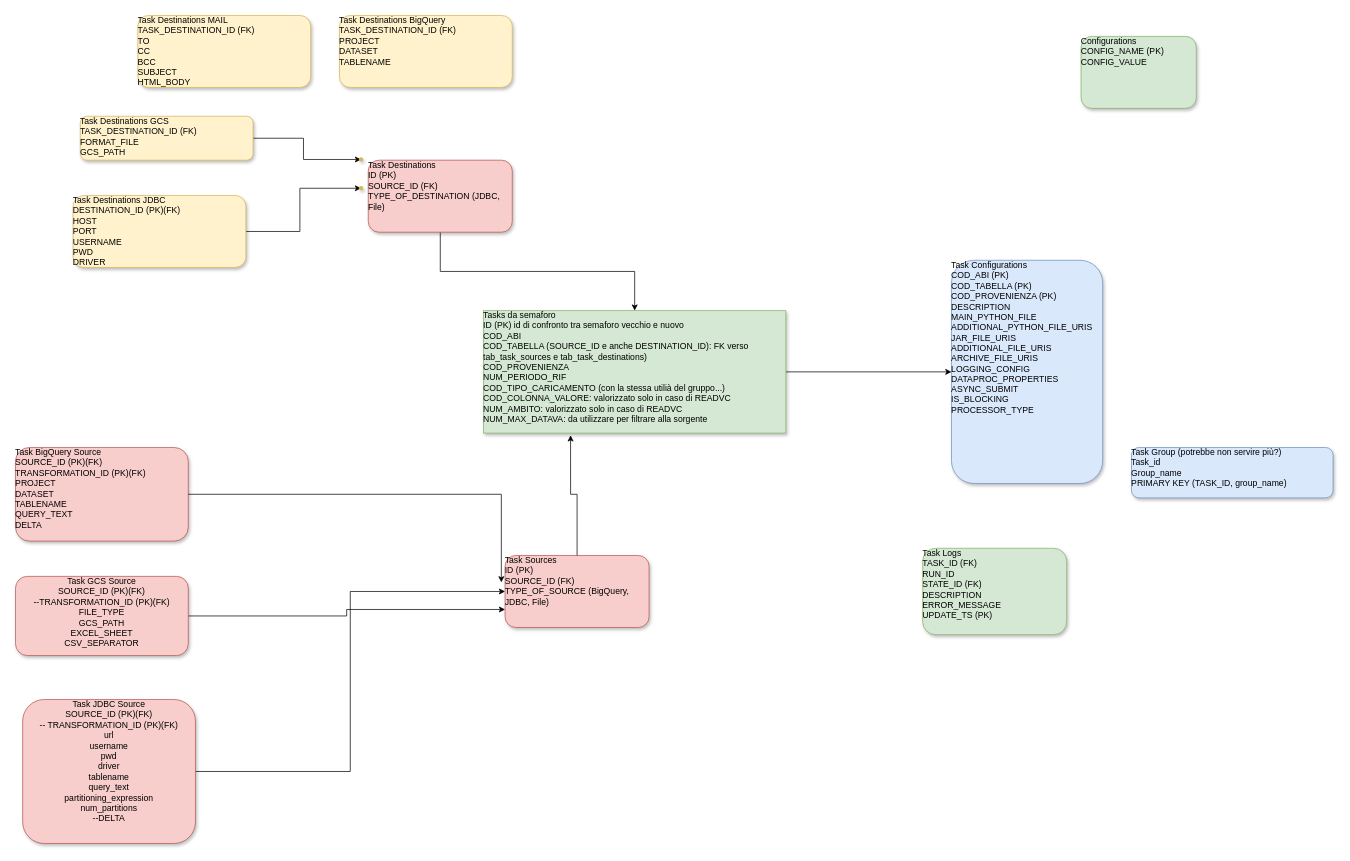
arrigonimatteo81/ingestion_project keeps this draw.io diagram as ER_Diagram_con_semaforo.drawio. Above is the earlier version. Source tidied: cells renumbered, new cells numbered last; positions are measured from the earlier drawing's top-left corner, leaving out a move shared by most shapes. Both pictures are drawn from the tidied source at 72%, with x=0, y=0 at pixel (15, 15).
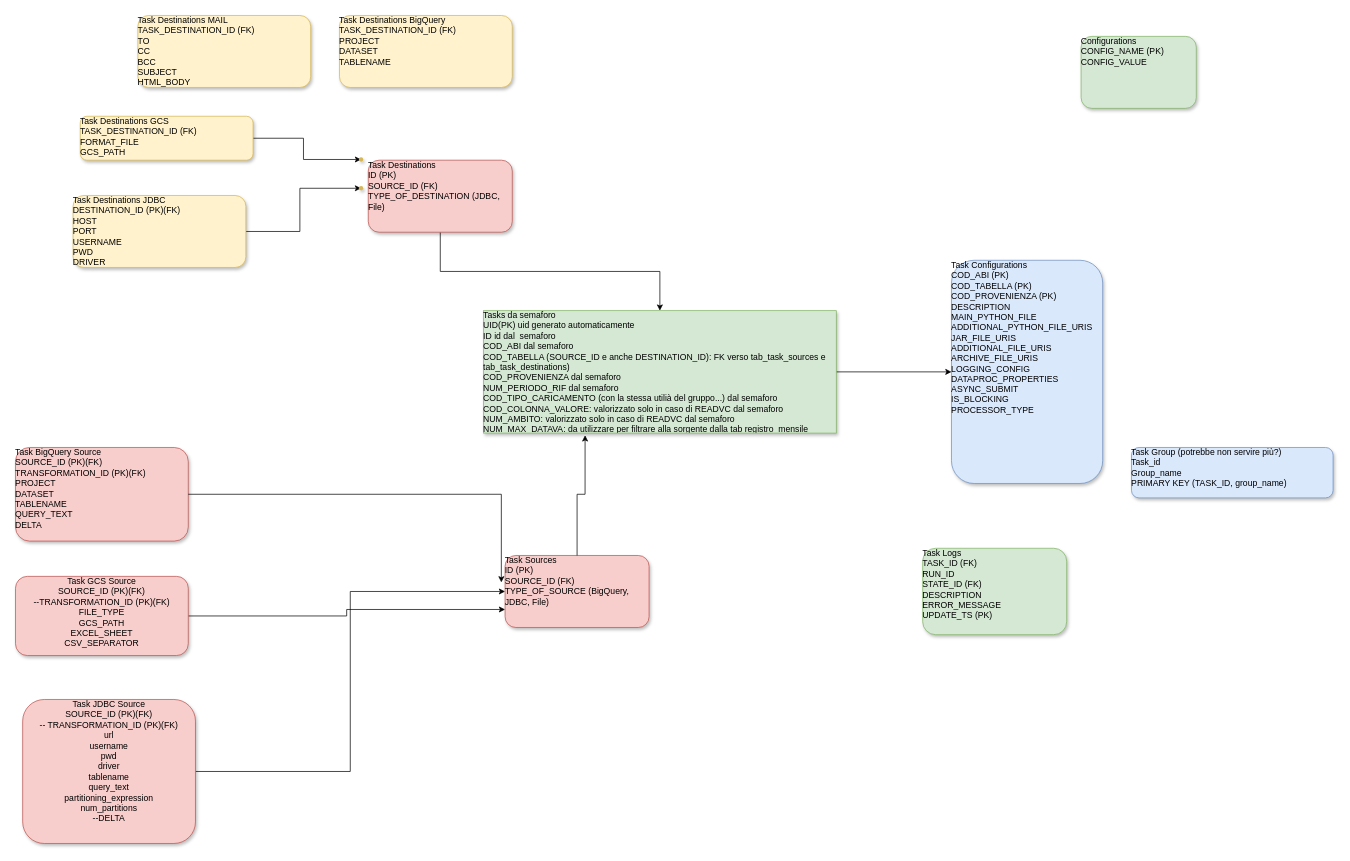
The same page after the edit.

Diff of the diagram source:
```diff
@@
-    <mxCell id="24" value="Tasks da semaforo&lt;br&gt;ID (PK) id di confronto tra semaforo vecchio e nuovo&lt;div&gt;COD_ABI&lt;/div&gt;&lt;div&gt;COD_TABELLA (SOURCE_ID e anche DESTINATION_ID): FK verso tab_task_sources e tab_task_destinations)&lt;br&gt;&lt;div&gt;&lt;div&gt;COD_PROVENIENZA&lt;/div&gt;&lt;div&gt;NUM_PERIODO_RIF&lt;/div&gt;&lt;div&gt;COD_TIPO_CARICAMENTO (con la stessa utilià del gruppo...)&lt;/div&gt;&lt;div&gt;COD_COLONNA_VALORE: valorizzato solo in caso di READVC&lt;/div&gt;&lt;div&gt;NUM_AMBITO:&amp;nbsp;&lt;span style=&quot;background-color: transparent; color: light-dark(rgb(0, 0, 0), rgb(255, 255, 255));&quot;&gt;valorizzato solo in caso di READVC&lt;/span&gt;&lt;/div&gt;&lt;div&gt;&lt;span style=&quot;background-color: transparent; color: light-dark(rgb(0, 0, 0), rgb(255, 255, 255));&quot;&gt;NUM_MAX_DATAVA: da utilizzare per filtrare alla sorgente&lt;/span&gt;&lt;/div&gt;&lt;/div&gt;&lt;/div&gt;" style="rounded=1;whiteSpace=wrap;html=1;verticalAlign=top;align=left;overflow=fill;shadow=1;fillColor=#d5e8d4;strokeColor=#82b366;arcSize=0;" parent="1" vertex="1">
-      <mxGeometry x="650" y="410" width="420" height="170" as="geometry" />
+    <mxCell id="24" value="Tasks da semaforo&lt;div&gt;UID(PK) uid generato automaticamente&lt;br&gt;ID id dal&lt;span style=&quot;background-color: transparent; color: light-dark(rgb(0, 0, 0), rgb(255, 255, 255));&quot;&gt;&amp;nbsp; semaforo&amp;nbsp;&lt;/span&gt;&lt;/div&gt;&lt;div&gt;&lt;div&gt;COD_ABI dal semaforo&lt;/div&gt;&lt;div&gt;COD_TABELLA (SOURCE_ID e anche DESTINATION_ID): FK verso tab_task_sources e tab_task_destinations)&lt;br&gt;&lt;div&gt;&lt;div&gt;COD_PROVENIENZA dal semaforo&lt;/div&gt;&lt;div&gt;NUM_PERIODO_RIF dal semaforo&lt;/div&gt;&lt;div&gt;COD_TIPO_CARICAMENTO (con la stessa utilià del gruppo...) dal semaforo&lt;/div&gt;&lt;div&gt;COD_COLONNA_VALORE: valorizzato solo in caso di READVC dal semaforo&lt;/div&gt;&lt;div&gt;NUM_AMBITO:&amp;nbsp;&lt;span style=&quot;background-color: transparent; color: light-dark(rgb(0, 0, 0), rgb(255, 255, 255));&quot;&gt;valorizzato solo in caso di READVC dal semaforo&lt;/span&gt;&lt;/div&gt;&lt;div&gt;&lt;span style=&quot;background-color: transparent; color: light-dark(rgb(0, 0, 0), rgb(255, 255, 255));&quot;&gt;NUM_MAX_DATAVA: da utilizzare per filtrare alla sorgente dalla tab registro_mensile&lt;/span&gt;&lt;/div&gt;&lt;/div&gt;&lt;/div&gt;&lt;/div&gt;" style="rounded=1;whiteSpace=wrap;html=1;verticalAlign=top;align=left;overflow=fill;shadow=1;fillColor=#d5e8d4;strokeColor=#82b366;arcSize=0;" parent="1" vertex="1">
+      <mxGeometry x="650" y="410" width="490" height="170" as="geometry" />
     </mxCell>
```
